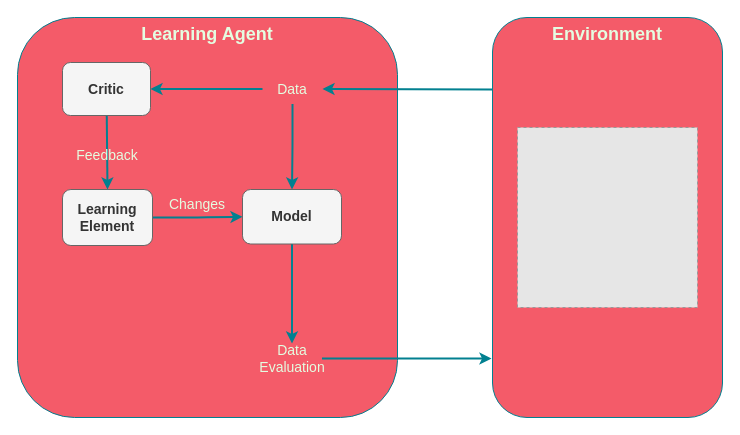
Earlier version of the draw.io diagram figures/learning_agent_flowchart.drawio (Curtin-Machine-Learning-Club/intro-to-ml-workshops). Source tidied: cells renumbered, new cells numbered last; positions are measured from the earlier drawing's top-left corner, leaving out a move shared by most shapes. Both pictures are drawn from the tidied source at 100%, with x=0, y=0 at pixel (17, 17). Pictures stored in the file or linked from it are replaced by grey dashed boxes.
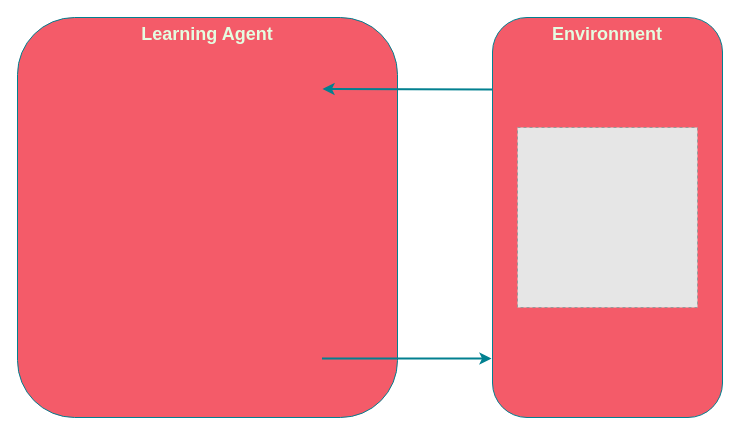
The same diagram, later.

Commit message (it also covers changes not shown here):
classification figures

The edit, as a diff of the source:
```diff
@@
-    <mxCell id="5" style="edgeStyle=orthogonalEdgeStyle;curved=0;rounded=1;sketch=0;jettySize=auto;html=1;entryX=1;entryY=0.5;entryDx=0;entryDy=0;fontSize=14;fontColor=#E4FDE1;strokeColor=#028090;fillColor=#F45B69;strokeWidth=2;" parent="1" edge="1" source="7" target="9">
-      <mxGeometry relative="1" as="geometry" />
-    </mxCell>
-    <mxCell id="6" style="edgeStyle=orthogonalEdgeStyle;curved=0;rounded=1;sketch=0;jettySize=auto;html=1;entryX=0.5;entryY=0;entryDx=0;entryDy=0;fontSize=14;fontColor=#E4FDE1;strokeColor=#028090;fillColor=#F45B69;strokeWidth=2;" parent="1" edge="1" source="7" target="13">
-      <mxGeometry relative="1" as="geometry" />
-    </mxCell>
-    <mxCell id="7" value="Data" style="text;html=1;strokeColor=none;fillColor=none;align=center;verticalAlign=middle;whiteSpace=wrap;rounded=0;sketch=0;fontSize=14;fontColor=#E4FDE1;" parent="1" vertex="1">
-      <mxGeometry x="245" y="56.5" width="60" height="30" as="geometry" />
-    </mxCell>
-    <mxCell id="8" style="edgeStyle=none;rounded=1;sketch=0;jettySize=auto;html=1;entryX=0.5;entryY=0;entryDx=0;entryDy=0;fontSize=14;fontColor=#E4FDE1;startArrow=none;startFill=0;strokeColor=#028090;strokeWidth=2;fillColor=#F45B69;" parent="1" edge="1" source="9" target="11">
-      <mxGeometry relative="1" as="geometry" />
-    </mxCell>
-    <mxCell id="9" value="Critic" style="rounded=1;whiteSpace=wrap;html=1;sketch=0;fontSize=14;strokeColor=#666666;fillColor=#f5f5f5;verticalAlign=middle;fontColor=#333333;fontStyle=1;" parent="1" vertex="1">
-      <mxGeometry x="45" y="45" width="88" height="53" as="geometry" />
-    </mxCell>
-    <mxCell id="10" style="edgeStyle=orthogonalEdgeStyle;curved=0;rounded=1;sketch=0;jettySize=auto;html=1;entryX=0;entryY=0.5;entryDx=0;entryDy=0;fontSize=14;fontColor=#E4FDE1;strokeColor=#028090;strokeWidth=2;fillColor=#F45B69;exitX=1;exitY=0.5;exitDx=0;exitDy=0;" parent="1" edge="1" source="11" target="13">
-      <mxGeometry relative="1" as="geometry" />
-    </mxCell>
-    <mxCell id="11" value="Learning&lt;br&gt;Element" style="rounded=1;whiteSpace=wrap;html=1;sketch=0;fontSize=14;strokeColor=#666666;fillColor=#f5f5f5;verticalAlign=middle;fontColor=#333333;fontStyle=1;" parent="1" vertex="1">
-      <mxGeometry x="45" y="172" width="90" height="56" as="geometry" />
-    </mxCell>
-    <mxCell id="12" style="edgeStyle=orthogonalEdgeStyle;curved=0;rounded=1;sketch=0;jettySize=auto;html=1;entryX=0.5;entryY=0;entryDx=0;entryDy=0;fontSize=14;fontColor=#E4FDE1;strokeColor=#028090;fillColor=#F45B69;strokeWidth=2;" parent="1" edge="1" source="13" target="15">
-      <mxGeometry relative="1" as="geometry" />
-    </mxCell>
-    <mxCell id="13" value="Model" style="rounded=1;whiteSpace=wrap;html=1;sketch=0;fontSize=14;strokeColor=#666666;fillColor=#f5f5f5;verticalAlign=middle;fontColor=#333333;fontStyle=1;" parent="1" vertex="1">
-      <mxGeometry x="225" y="172" width="99" height="54.5" as="geometry" />
-    </mxCell>
-    <mxCell id="14" style="edgeStyle=orthogonalEdgeStyle;curved=0;rounded=1;sketch=0;jettySize=auto;html=1;fontSize=14;fontColor=#E4FDE1;strokeColor=#028090;fillColor=#F45B69;strokeWidth=2;" parent="1" edge="1" source="15">
+    <mxCell id="14" style="edgeStyle=orthogonalEdgeStyle;curved=0;rounded=1;sketch=0;orthogonalLoop=1;jettySize=auto;html=1;fontSize=14;fontColor=#E4FDE1;strokeColor=#028090;fillColor=#F45B69;strokeWidth=2;" parent="1" edge="1">
       <mxGeometry relative="1" as="geometry">
+        <mxPoint x="304.5" y="341" as="sourcePoint" />
         <mxPoint x="474" y="341" as="targetPoint" />
       </mxGeometry>
     </mxCell>
-    <mxCell id="15" value="Data&lt;br&gt;Evaluation" style="text;html=1;strokeColor=none;fillColor=none;align=center;verticalAlign=middle;whiteSpace=wrap;rounded=0;sketch=0;fontSize=14;fontColor=#E4FDE1;" parent="1" vertex="1">
-      <mxGeometry x="244.5" y="326" width="60" height="30" as="geometry" />
-    </mxCell>
-    <mxCell id="16" style="edgeStyle=orthogonalEdgeStyle;curved=0;rounded=1;sketch=0;jettySize=auto;html=1;fontSize=14;fontColor=#E4FDE1;strokeColor=#028090;fillColor=#F45B69;entryX=1;entryY=0.5;entryDx=0;entryDy=0;strokeWidth=2;" parent="1" edge="1" target="7">
+    <mxCell id="16" style="edgeStyle=orthogonalEdgeStyle;curved=0;rounded=1;sketch=0;orthogonalLoop=1;jettySize=auto;html=1;fontSize=14;fontColor=#E4FDE1;strokeColor=#028090;fillColor=#F45B69;entryX=1;entryY=0.5;entryDx=0;entryDy=0;strokeWidth=2;" parent="1" edge="1">
       <mxGeometry relative="1" as="geometry">
         <mxPoint x="475" y="72" as="sourcePoint" />
+        <mxPoint x="305" y="71.5" as="targetPoint" />
         <Array as="points">
           <mxPoint x="475" y="72" />
         </Array>
       </mxGeometry>
     </mxCell>
-    <mxCell id="17" value="Feedback" style="text;html=1;strokeColor=none;fillColor=none;align=center;verticalAlign=middle;whiteSpace=wrap;rounded=0;sketch=0;fontSize=14;fontColor=#E4FDE1;" parent="1" vertex="1">
-      <mxGeometry x="60" y="123" width="60" height="30" as="geometry" />
-    </mxCell>
-    <mxCell id="18" value="Changes" style="text;html=1;strokeColor=none;fillColor=none;align=center;verticalAlign=middle;whiteSpace=wrap;rounded=0;sketch=0;fontSize=14;fontColor=#E4FDE1;" parent="1" vertex="1">
-      <mxGeometry x="150" y="172" width="60" height="30" as="geometry" />
-    </mxCell>
```
